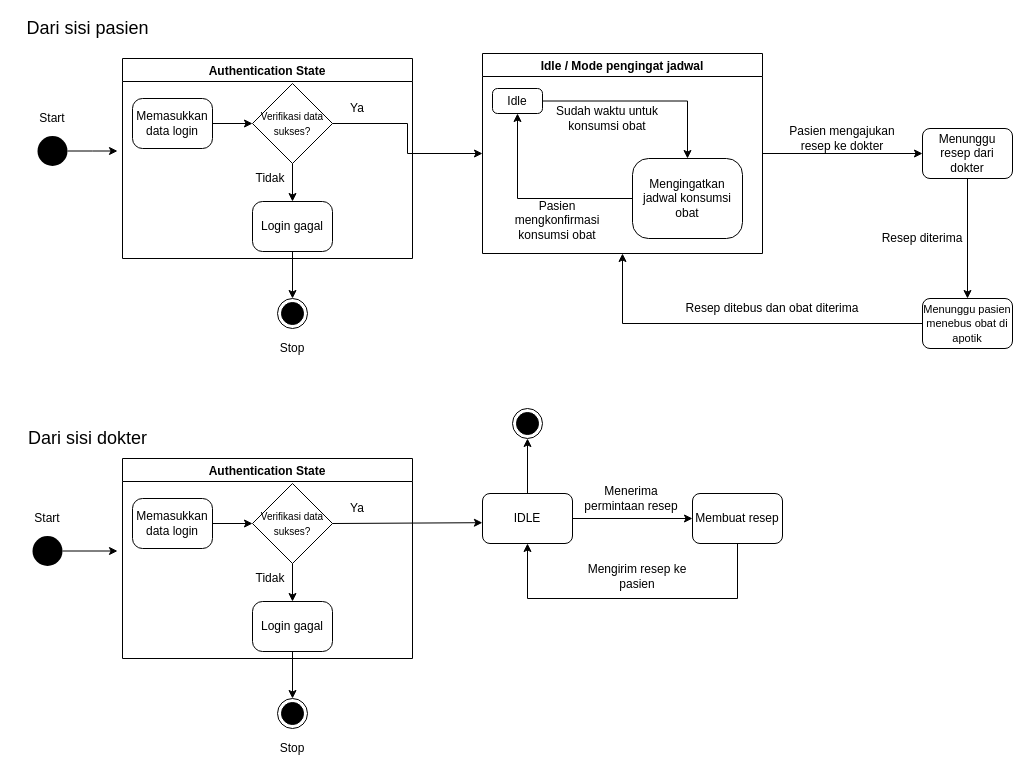
Earlier version of the draw.io diagram State Diagram.drawio (WidadAbida/Praktikum-PPL). Source tidied: cells renumbered, new cells numbered last; positions are measured from the earlier drawing's top-left corner, leaving out a move shared by most shapes. Both pictures are drawn from the tidied source at 100%, with x=0, y=0 at pixel (17, 18).
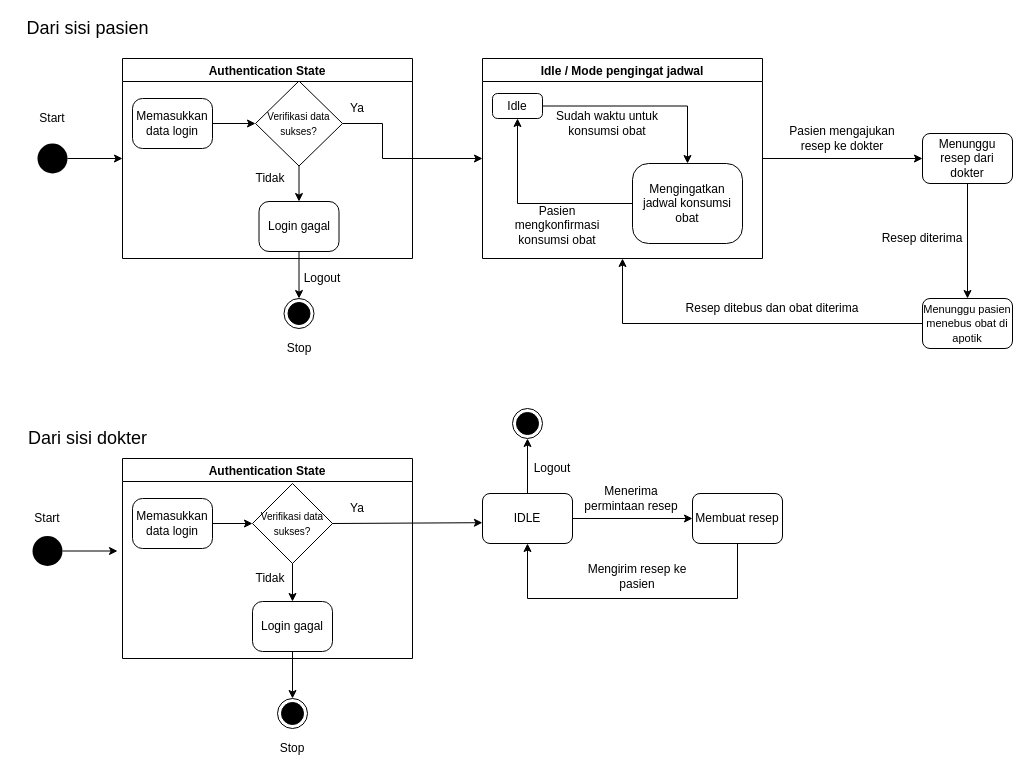
Above is the later version.

The change refers to these unchanged cells:
```xml
<mxCell id="29" value="Authentication State" style="swimlane;fillColor=#FFFFFF;" parent="1" vertex="1">
  <mxGeometry x="105" y="40" width="290" height="200" as="geometry" />
</mxCell>
```

Change to the diagram source:
```diff
@@
-    <mxCell id="2" style="edgeStyle=orthogonalEdgeStyle;rounded=0;jettySize=auto;html=1;exitX=1;exitY=0.5;exitDx=0;exitDy=0;" parent="1" edge="1" source="53">
-      <mxGeometry relative="1" as="geometry">
-        <mxPoint x="100" y="132.5" as="targetPoint" />
-      </mxGeometry>
+    <mxCell id="2" style="edgeStyle=orthogonalEdgeStyle;rounded=0;jettySize=auto;html=1;exitX=1;exitY=0.5;exitDx=0;exitDy=0;entryX=0;entryY=0.5;entryDx=0;entryDy=0;" parent="1" edge="1" source="53" target="29">
+      <mxGeometry relative="1" as="geometry" />
     </mxCell>
     <mxCell id="3" style="edgeStyle=orthogonalEdgeStyle;rounded=0;jettySize=auto;html=1;exitX=1;exitY=0.5;exitDx=0;exitDy=0;entryX=0;entryY=0.5;entryDx=0;entryDy=0;" parent="1" edge="1" source="31" target="5">
-      <mxGeometry relative="1" as="geometry" />
+      <mxGeometry relative="1" as="geometry">
+        <Array as="points">
+          <mxPoint x="365" y="105" />
+          <mxPoint x="365" y="140" />
+        </Array>
+      </mxGeometry>
     </mxCell>
@@
     <mxCell id="5" value="Idle / Mode pengingat jadwal" style="swimlane;fillColor=#FFFFFF;" parent="1" vertex="1">
-      <mxGeometry x="465" y="35" width="280" height="200" as="geometry" />
+      <mxGeometry x="465" y="40" width="280" height="200" as="geometry" />
     </mxCell>
@@
     <mxCell id="14" value="Menunggu resep dari dokter" style="rounded=1;whiteSpace=wrap;html=1;fillColor=#FFFFFF;" parent="1" vertex="1">
-      <mxGeometry x="905" y="110" width="90" height="50" as="geometry" />
+      <mxGeometry x="905" y="115" width="90" height="50" as="geometry" />
     </mxCell>
@@
     <mxCell id="31" value="&lt;font style=&quot;font-size: 10px&quot;&gt;Verifikasi data sukses?&lt;/font&gt;" style="rhombus;whiteSpace=wrap;html=1;" parent="29" vertex="1">
-      <mxGeometry x="130" y="25" width="80" height="80" as="geometry" />
+      <mxGeometry x="133" y="22.5" width="87" height="85" as="geometry" />
     </mxCell>
@@
     <mxCell id="33" value="Login gagal" style="rounded=1;whiteSpace=wrap;html=1;fillColor=#FFFFFF;arcSize=20;" parent="29" vertex="1">
-      <mxGeometry x="130" y="143" width="80" height="50" as="geometry" />
+      <mxGeometry x="136.5" y="143" width="80" height="50" as="geometry" />
     </mxCell>
@@
     <mxCell id="51" style="ellipse;html=1;shape=endState;fillColor=#000000;strokeColor=#000000;" parent="1" vertex="1">
-      <mxGeometry x="260" y="280" width="30" height="30" as="geometry" />
+      <mxGeometry x="266.5" y="280" width="30" height="30" as="geometry" />
     </mxCell>
@@
     <mxCell id="53" style="ellipse;fillColor=#000000;strokeColor=none;" parent="1" vertex="1">
-      <mxGeometry x="20" y="117.5" width="30" height="30" as="geometry" />
+      <mxGeometry x="20" y="125" width="30" height="30" as="geometry" />
     </mxCell>
@@
     <mxCell id="56" value="Stop" style="text;html=1;strokeColor=none;fillColor=none;align=center;verticalAlign=middle;whiteSpace=wrap;rounded=0;" parent="1" vertex="1">
-      <mxGeometry x="255" y="320" width="40" height="20" as="geometry" />
+      <mxGeometry x="261.5" y="320" width="40" height="20" as="geometry" />
     </mxCell>
+    <mxCell id="57" value="Logout" style="text;html=1;strokeColor=none;fillColor=none;align=center;verticalAlign=middle;whiteSpace=wrap;rounded=0;" parent="1" vertex="1">
+      <mxGeometry x="515" y="440" width="40" height="20" as="geometry" />
+    </mxCell>
+    <mxCell id="58" value="Logout" style="text;html=1;strokeColor=none;fillColor=none;align=center;verticalAlign=middle;whiteSpace=wrap;rounded=0;" parent="1" vertex="1">
+      <mxGeometry x="285" y="250" width="40" height="20" as="geometry" />
+    </mxCell>
```
